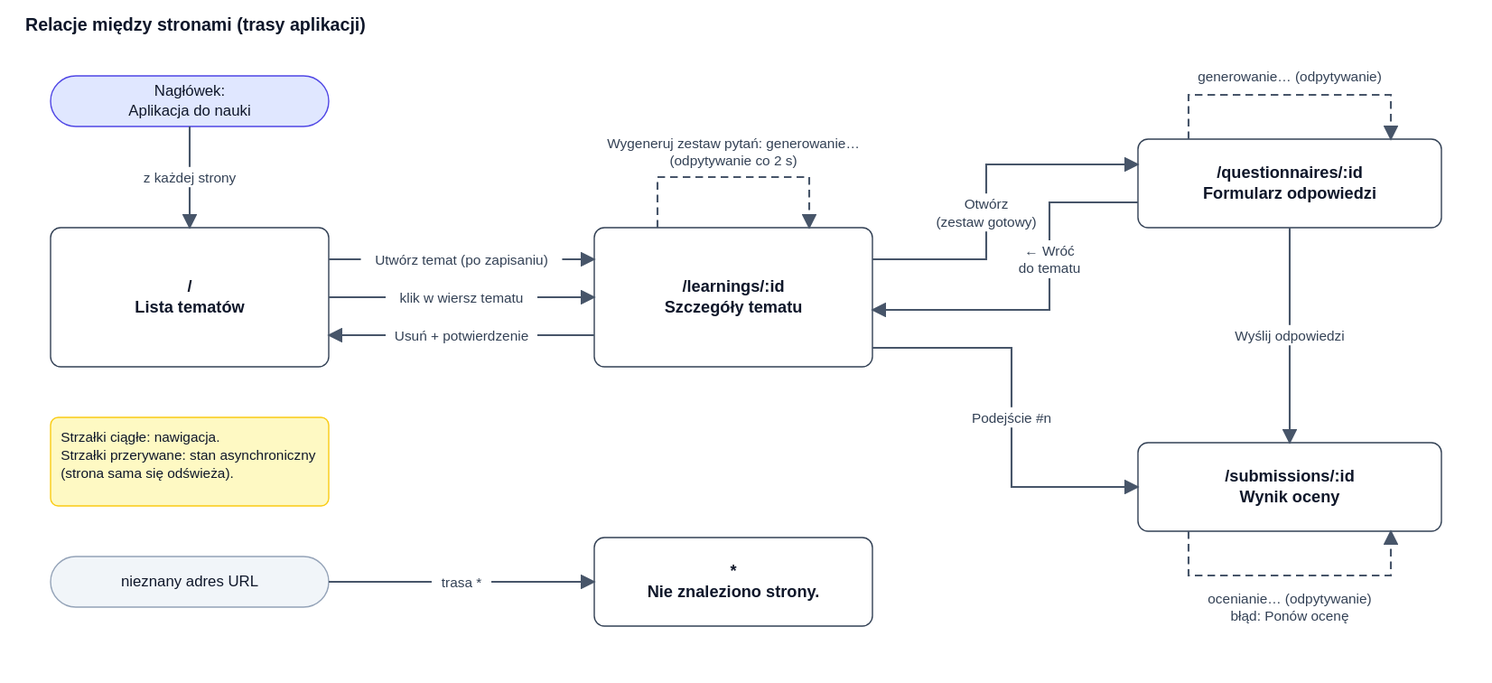
This is docs/diagrams/page-relations.drawio.svg from ppawlik/learning_app, a draw.io export, as it was before one commit. Source tidied: cells renumbered, new cells last; positions are measured from the earlier drawing's top-left corner, leaving out a move shared by most shapes. Source of this version:
```xml
<mxGraphModel background="#ffffff">
  <root>
    <mxCell id="0" />
    <mxCell id="1" parent="0" />
    <mxCell id="2" value="Relacje między stronami (trasy aplikacji)" style="whiteSpace=wrap;html=0;fillColor=none;strokeColor=none;fontSize=14;fontColor=#0f172a;align=left;verticalAlign=middle;spacingLeft=0;spacingRight=0;spacingTop=0;fontStyle=1;" parent="1" vertex="1">
      <mxGeometry width="700" height="24" as="geometry" />
    </mxCell>
    <mxCell id="3" value="Nagłówek:&#10;Aplikacja do nauki" style="whiteSpace=wrap;html=0;rounded=1;absoluteArcSize=1;arcSize=40;fillColor=#e0e7ff;strokeColor=#4f46e5;strokeWidth=1;fontSize=12;fontColor=#0f172a;align=center;verticalAlign=middle;spacingLeft=10;spacingRight=10;spacingTop=0;" parent="1" vertex="1">
      <mxGeometry x="20" y="52" width="220" height="40" as="geometry" />
    </mxCell>
    <mxCell id="4" value="/&#10;Lista tematów" style="whiteSpace=wrap;html=0;rounded=1;absoluteArcSize=1;arcSize=16;fillColor=#ffffff;strokeColor=#334155;strokeWidth=1;fontSize=13;fontColor=#0f172a;align=center;verticalAlign=middle;spacingLeft=10;spacingRight=10;spacingTop=0;fontStyle=1;" parent="1" vertex="1">
      <mxGeometry x="20" y="172" width="220" height="110" as="geometry" />
    </mxCell>
    <mxCell id="5" value="/learnings/:id&#10;Szczegóły tematu" style="whiteSpace=wrap;html=0;rounded=1;absoluteArcSize=1;arcSize=16;fillColor=#ffffff;strokeColor=#334155;strokeWidth=1;fontSize=13;fontColor=#0f172a;align=center;verticalAlign=middle;spacingLeft=10;spacingRight=10;spacingTop=0;fontStyle=1;" parent="1" vertex="1">
      <mxGeometry x="450" y="172" width="220" height="110" as="geometry" />
    </mxCell>
    <mxCell id="6" value="/questionnaires/:id&#10;Formularz odpowiedzi" style="whiteSpace=wrap;html=0;rounded=1;absoluteArcSize=1;arcSize=16;fillColor=#ffffff;strokeColor=#334155;strokeWidth=1;fontSize=13;fontColor=#0f172a;align=center;verticalAlign=middle;spacingLeft=10;spacingRight=10;spacingTop=0;fontStyle=1;" parent="1" vertex="1">
      <mxGeometry x="880" y="102" width="240" height="70" as="geometry" />
    </mxCell>
    <mxCell id="7" value="/submissions/:id&#10;Wynik oceny" style="whiteSpace=wrap;html=0;rounded=1;absoluteArcSize=1;arcSize=16;fillColor=#ffffff;strokeColor=#334155;strokeWidth=1;fontSize=13;fontColor=#0f172a;align=center;verticalAlign=middle;spacingLeft=10;spacingRight=10;spacingTop=0;fontStyle=1;" parent="1" vertex="1">
      <mxGeometry x="880" y="342" width="240" height="70" as="geometry" />
    </mxCell>
    <mxCell id="8" value="nieznany adres URL" style="whiteSpace=wrap;html=0;rounded=1;absoluteArcSize=1;arcSize=40;fillColor=#f1f5f9;strokeColor=#94a3b8;strokeWidth=1;fontSize=12;fontColor=#0f172a;align=center;verticalAlign=middle;spacingLeft=10;spacingRight=10;spacingTop=0;" parent="1" vertex="1">
      <mxGeometry x="20" y="432" width="220" height="40" as="geometry" />
    </mxCell>
    <mxCell id="9" value="*&#10;Nie znaleziono strony." style="whiteSpace=wrap;html=0;rounded=1;absoluteArcSize=1;arcSize=16;fillColor=#ffffff;strokeColor=#334155;strokeWidth=1;fontSize=13;fontColor=#0f172a;align=center;verticalAlign=middle;spacingLeft=10;spacingRight=10;spacingTop=0;fontStyle=1;" parent="1" vertex="1">
      <mxGeometry x="450" y="417" width="220" height="70" as="geometry" />
    </mxCell>
    <mxCell id="10" value="z każdej strony" style="edgeStyle=orthogonalEdgeStyle;rounded=0;html=0;endArrow=block;endFill=1;strokeColor=#475569;fontSize=11;fontColor=#334155;labelBackgroundColor=#ffffff;" parent="1" edge="1" source="3" target="4">
      <mxGeometry relative="1" as="geometry" />
    </mxCell>
    <mxCell id="11" value="Utwórz temat (po zapisaniu)" style="edgeStyle=orthogonalEdgeStyle;rounded=0;html=0;endArrow=block;endFill=1;strokeColor=#475569;fontSize=11;fontColor=#334155;labelBackgroundColor=#ffffff;" parent="1" edge="1" source="4" target="5">
      <mxGeometry relative="1" as="geometry" />
    </mxCell>
    <mxCell id="12" value="klik w wiersz tematu" style="edgeStyle=orthogonalEdgeStyle;rounded=0;html=0;endArrow=block;endFill=1;strokeColor=#475569;fontSize=11;fontColor=#334155;labelBackgroundColor=#ffffff;" parent="1" edge="1" source="4" target="5">
      <mxGeometry relative="1" as="geometry" />
    </mxCell>
    <mxCell id="13" value="Usuń + potwierdzenie" style="edgeStyle=orthogonalEdgeStyle;rounded=0;html=0;endArrow=block;endFill=1;strokeColor=#475569;fontSize=11;fontColor=#334155;labelBackgroundColor=#ffffff;" parent="1" edge="1" source="5" target="4">
      <mxGeometry relative="1" as="geometry" />
    </mxCell>
    <mxCell id="14" value="Otwórz&#10;(zestaw gotowy)" style="edgeStyle=orthogonalEdgeStyle;rounded=0;html=0;endArrow=block;endFill=1;strokeColor=#475569;fontSize=11;fontColor=#334155;labelBackgroundColor=#ffffff;" parent="1" edge="1" source="5" target="6">
      <mxGeometry relative="1" as="geometry">
        <Array as="points">
          <mxPoint x="760" y="197" />
          <mxPoint x="760" y="122" />
        </Array>
      </mxGeometry>
    </mxCell>
    <mxCell id="15" value="← Wróć&#10;do tematu" style="edgeStyle=orthogonalEdgeStyle;rounded=0;html=0;endArrow=block;endFill=1;strokeColor=#475569;fontSize=11;fontColor=#334155;labelBackgroundColor=#ffffff;" parent="1" edge="1" source="6" target="5">
      <mxGeometry relative="1" as="geometry">
        <Array as="points">
          <mxPoint x="810" y="152" />
          <mxPoint x="810" y="237" />
        </Array>
      </mxGeometry>
    </mxCell>
    <mxCell id="16" value="Podejście #n" style="edgeStyle=orthogonalEdgeStyle;rounded=0;html=0;endArrow=block;endFill=1;strokeColor=#475569;fontSize=11;fontColor=#334155;labelBackgroundColor=#ffffff;" parent="1" edge="1" source="5" target="7">
      <mxGeometry relative="1" as="geometry">
        <Array as="points">
          <mxPoint x="780" y="267" />
          <mxPoint x="780" y="377" />
        </Array>
      </mxGeometry>
    </mxCell>
    <mxCell id="17" value="Wyślij odpowiedzi" style="edgeStyle=orthogonalEdgeStyle;rounded=0;html=0;endArrow=block;endFill=1;strokeColor=#475569;fontSize=11;fontColor=#334155;labelBackgroundColor=#ffffff;" parent="1" edge="1" source="6" target="7">
      <mxGeometry relative="1" as="geometry" />
    </mxCell>
    <mxCell id="18" value="trasa *" style="edgeStyle=orthogonalEdgeStyle;rounded=0;html=0;endArrow=block;endFill=1;strokeColor=#475569;fontSize=11;fontColor=#334155;labelBackgroundColor=#ffffff;" parent="1" edge="1" source="8" target="9">
      <mxGeometry relative="1" as="geometry" />
    </mxCell>
    <mxCell id="19" value="Wygeneruj zestaw pytań: generowanie…&#10;(odpytywanie co 2 s)" style="edgeStyle=orthogonalEdgeStyle;rounded=0;html=0;endArrow=block;endFill=1;strokeColor=#475569;fontSize=11;fontColor=#334155;labelBackgroundColor=#ffffff;dashed=1;" parent="1" edge="1" source="5" target="5">
      <mxGeometry relative="1" as="geometry">
        <Array as="points">
          <mxPoint x="500" y="132" />
          <mxPoint x="620" y="132" />
        </Array>
      </mxGeometry>
    </mxCell>
    <mxCell id="20" value="generowanie… (odpytywanie)" style="edgeStyle=orthogonalEdgeStyle;rounded=0;html=0;endArrow=block;endFill=1;strokeColor=#475569;fontSize=11;fontColor=#334155;labelBackgroundColor=#ffffff;dashed=1;" parent="1" edge="1" source="6" target="6">
      <mxGeometry relative="1" as="geometry">
        <Array as="points">
          <mxPoint x="920" y="67" />
          <mxPoint x="1080" y="67" />
        </Array>
      </mxGeometry>
    </mxCell>
    <mxCell id="21" value="ocenianie… (odpytywanie)&#10;błąd: Ponów ocenę" style="edgeStyle=orthogonalEdgeStyle;rounded=0;html=0;endArrow=block;endFill=1;strokeColor=#475569;fontSize=11;fontColor=#334155;labelBackgroundColor=#ffffff;dashed=1;" parent="1" edge="1" source="7" target="7">
      <mxGeometry relative="1" as="geometry">
        <Array as="points">
          <mxPoint x="920" y="447" />
          <mxPoint x="1080" y="447" />
        </Array>
      </mxGeometry>
    </mxCell>
    <mxCell id="22" value="Strzałki ciągłe: nawigacja.&#10;Strzałki przerywane: stan asynchroniczny&#10;(strona sama się odświeża)." style="whiteSpace=wrap;html=0;rounded=1;absoluteArcSize=1;arcSize=12;fillColor=#fef9c3;strokeColor=#facc15;strokeWidth=1;fontSize=11;fontColor=#0f172a;align=left;verticalAlign=top;spacingLeft=8;spacingRight=8;spacingTop=8;" parent="1" vertex="1">
      <mxGeometry x="20" y="322" width="220" height="70" as="geometry" />
    </mxCell>
  </root>
</mxGraphModel>
```
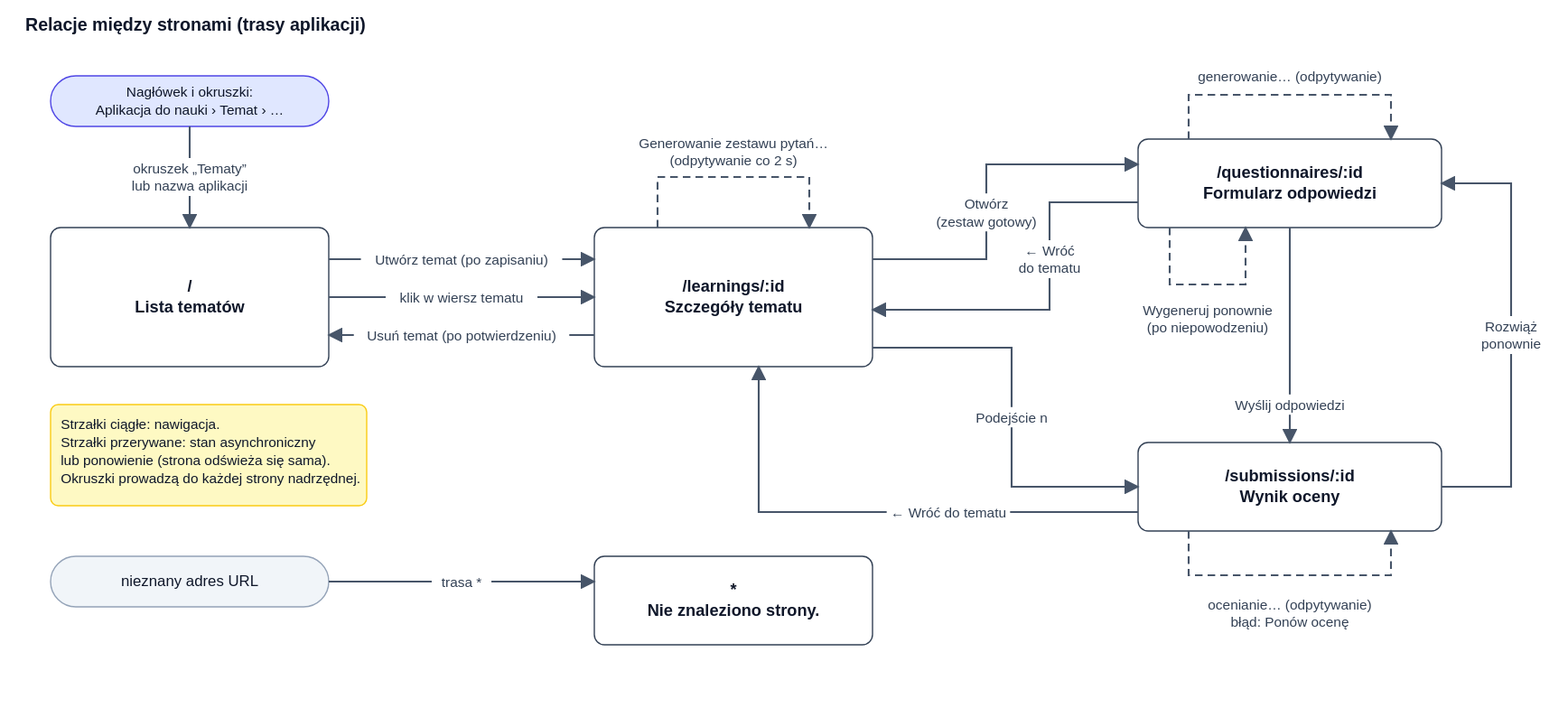
The same file after the commit.

Change to the diagram source:
```diff
@@ -5,7 +5,7 @@
     <mxCell id="2" value="Relacje między stronami (trasy aplikacji)" style="whiteSpace=wrap;html=0;fillColor=none;strokeColor=none;fontSize=14;fontColor=#0f172a;align=left;verticalAlign=middle;spacingLeft=0;spacingRight=0;spacingTop=0;fontStyle=1;" parent="1" vertex="1">
       <mxGeometry width="700" height="24" as="geometry" />
     </mxCell>
-    <mxCell id="3" value="Nagłówek:&#10;Aplikacja do nauki" style="whiteSpace=wrap;html=0;rounded=1;absoluteArcSize=1;arcSize=40;fillColor=#e0e7ff;strokeColor=#4f46e5;strokeWidth=1;fontSize=12;fontColor=#0f172a;align=center;verticalAlign=middle;spacingLeft=10;spacingRight=10;spacingTop=0;" parent="1" vertex="1">
+    <mxCell id="3" value="Nagłówek i okruszki:&#10;Aplikacja do nauki › Temat › …" style="whiteSpace=wrap;html=0;rounded=1;absoluteArcSize=1;arcSize=40;fillColor=#e0e7ff;strokeColor=#4f46e5;strokeWidth=1;fontSize=11;fontColor=#0f172a;align=center;verticalAlign=middle;spacingLeft=10;spacingRight=10;spacingTop=0;" parent="1" vertex="1">
       <mxGeometry x="20" y="52" width="220" height="40" as="geometry" />
     </mxCell>
     <mxCell id="4" value="/&#10;Lista tematów" style="whiteSpace=wrap;html=0;rounded=1;absoluteArcSize=1;arcSize=16;fillColor=#ffffff;strokeColor=#334155;strokeWidth=1;fontSize=13;fontColor=#0f172a;align=center;verticalAlign=middle;spacingLeft=10;spacingRight=10;spacingTop=0;fontStyle=1;" parent="1" vertex="1">
@@ -24,9 +24,9 @@
       <mxGeometry x="20" y="432" width="220" height="40" as="geometry" />
     </mxCell>
     <mxCell id="9" value="*&#10;Nie znaleziono strony." style="whiteSpace=wrap;html=0;rounded=1;absoluteArcSize=1;arcSize=16;fillColor=#ffffff;strokeColor=#334155;strokeWidth=1;fontSize=13;fontColor=#0f172a;align=center;verticalAlign=middle;spacingLeft=10;spacingRight=10;spacingTop=0;fontStyle=1;" parent="1" vertex="1">
-      <mxGeometry x="450" y="417" width="220" height="70" as="geometry" />
+      <mxGeometry x="450" y="432" width="220" height="70" as="geometry" />
     </mxCell>
-    <mxCell id="10" value="z każdej strony" style="edgeStyle=orthogonalEdgeStyle;rounded=0;html=0;endArrow=block;endFill=1;strokeColor=#475569;fontSize=11;fontColor=#334155;labelBackgroundColor=#ffffff;" parent="1" edge="1" source="3" target="4">
+    <mxCell id="10" value="okruszek „Tematy”&#10;lub nazwa aplikacji" style="edgeStyle=orthogonalEdgeStyle;rounded=0;html=0;endArrow=block;endFill=1;strokeColor=#475569;fontSize=11;fontColor=#334155;labelBackgroundColor=#ffffff;" parent="1" edge="1" source="3" target="4">
       <mxGeometry relative="1" as="geometry" />
     </mxCell>
     <mxCell id="11" value="Utwórz temat (po zapisaniu)" style="edgeStyle=orthogonalEdgeStyle;rounded=0;html=0;endArrow=block;endFill=1;strokeColor=#475569;fontSize=11;fontColor=#334155;labelBackgroundColor=#ffffff;" parent="1" edge="1" source="4" target="5">
@@ -35,7 +35,7 @@
     <mxCell id="12" value="klik w wiersz tematu" style="edgeStyle=orthogonalEdgeStyle;rounded=0;html=0;endArrow=block;endFill=1;strokeColor=#475569;fontSize=11;fontColor=#334155;labelBackgroundColor=#ffffff;" parent="1" edge="1" source="4" target="5">
       <mxGeometry relative="1" as="geometry" />
     </mxCell>
-    <mxCell id="13" value="Usuń + potwierdzenie" style="edgeStyle=orthogonalEdgeStyle;rounded=0;html=0;endArrow=block;endFill=1;strokeColor=#475569;fontSize=11;fontColor=#334155;labelBackgroundColor=#ffffff;" parent="1" edge="1" source="5" target="4">
+    <mxCell id="13" value="Usuń temat (po potwierdzeniu)" style="edgeStyle=orthogonalEdgeStyle;rounded=0;html=0;endArrow=block;endFill=1;strokeColor=#475569;fontSize=11;fontColor=#334155;labelBackgroundColor=#ffffff;" parent="1" edge="1" source="5" target="4">
       <mxGeometry relative="1" as="geometry" />
     </mxCell>
     <mxCell id="14" value="Otwórz&#10;(zestaw gotowy)" style="edgeStyle=orthogonalEdgeStyle;rounded=0;html=0;endArrow=block;endFill=1;strokeColor=#475569;fontSize=11;fontColor=#334155;labelBackgroundColor=#ffffff;" parent="1" edge="1" source="5" target="6">
@@ -54,7 +54,7 @@
         </Array>
       </mxGeometry>
     </mxCell>
-    <mxCell id="16" value="Podejście #n" style="edgeStyle=orthogonalEdgeStyle;rounded=0;html=0;endArrow=block;endFill=1;strokeColor=#475569;fontSize=11;fontColor=#334155;labelBackgroundColor=#ffffff;" parent="1" edge="1" source="5" target="7">
+    <mxCell id="16" value="Podejście n" style="edgeStyle=orthogonalEdgeStyle;rounded=0;html=0;endArrow=block;endFill=1;strokeColor=#475569;fontSize=11;fontColor=#334155;labelBackgroundColor=#ffffff;" parent="1" edge="1" source="5" target="7">
       <mxGeometry relative="1" as="geometry">
         <Array as="points">
           <mxPoint x="780" y="267" />
@@ -62,38 +62,61 @@
         </Array>
       </mxGeometry>
     </mxCell>
-    <mxCell id="17" value="Wyślij odpowiedzi" style="edgeStyle=orthogonalEdgeStyle;rounded=0;html=0;endArrow=block;endFill=1;strokeColor=#475569;fontSize=11;fontColor=#334155;labelBackgroundColor=#ffffff;" parent="1" edge="1" source="6" target="7">
-      <mxGeometry relative="1" as="geometry" />
+    <mxCell id="17" value="← Wróć do tematu" style="edgeStyle=orthogonalEdgeStyle;rounded=0;html=0;endArrow=block;endFill=1;strokeColor=#475569;fontSize=11;fontColor=#334155;labelBackgroundColor=#ffffff;" parent="1" edge="1" source="7" target="5">
+      <mxGeometry relative="1" as="geometry">
+        <Array as="points">
+          <mxPoint x="580" y="397" />
+        </Array>
+      </mxGeometry>
     </mxCell>
-    <mxCell id="18" value="trasa *" style="edgeStyle=orthogonalEdgeStyle;rounded=0;html=0;endArrow=block;endFill=1;strokeColor=#475569;fontSize=11;fontColor=#334155;labelBackgroundColor=#ffffff;" parent="1" edge="1" source="8" target="9">
+    <mxCell id="18" value="Wyślij odpowiedzi" style="edgeStyle=orthogonalEdgeStyle;rounded=0;html=0;endArrow=block;endFill=1;strokeColor=#475569;fontSize=11;fontColor=#334155;labelBackgroundColor=#ffffff;" parent="1" edge="1" source="6" target="7">
       <mxGeometry relative="1" as="geometry" />
     </mxCell>
-    <mxCell id="19" value="Wygeneruj zestaw pytań: generowanie…&#10;(odpytywanie co 2 s)" style="edgeStyle=orthogonalEdgeStyle;rounded=0;html=0;endArrow=block;endFill=1;strokeColor=#475569;fontSize=11;fontColor=#334155;labelBackgroundColor=#ffffff;dashed=1;" parent="1" edge="1" source="5" target="5">
+    <mxCell id="19" value="Rozwiąż&#10;ponownie" style="edgeStyle=orthogonalEdgeStyle;rounded=0;html=0;endArrow=block;endFill=1;strokeColor=#475569;fontSize=11;fontColor=#334155;labelBackgroundColor=#ffffff;" parent="1" edge="1" source="7" target="6">
       <mxGeometry relative="1" as="geometry">
         <Array as="points">
-          <mxPoint x="500" y="132" />
-          <mxPoint x="620" y="132" />
+          <mxPoint x="1175" y="377" />
+          <mxPoint x="1175" y="137" />
         </Array>
       </mxGeometry>
     </mxCell>
-    <mxCell id="20" value="generowanie… (odpytywanie)" style="edgeStyle=orthogonalEdgeStyle;rounded=0;html=0;endArrow=block;endFill=1;strokeColor=#475569;fontSize=11;fontColor=#334155;labelBackgroundColor=#ffffff;dashed=1;" parent="1" edge="1" source="6" target="6">
-      <mxGeometry relative="1" as="geometry">
-        <Array as="points">
-          <mxPoint x="920" y="67" />
-          <mxPoint x="1080" y="67" />
-        </Array>
-      </mxGeometry>
+    <mxCell id="20" value="trasa *" style="edgeStyle=orthogonalEdgeStyle;rounded=0;html=0;endArrow=block;endFill=1;strokeColor=#475569;fontSize=11;fontColor=#334155;labelBackgroundColor=#ffffff;" parent="1" edge="1" source="8" target="9">
+      <mxGeometry relative="1" as="geometry" />
     </mxCell>
-    <mxCell id="21" value="ocenianie… (odpytywanie)&#10;błąd: Ponów ocenę" style="edgeStyle=orthogonalEdgeStyle;rounded=0;html=0;endArrow=block;endFill=1;strokeColor=#475569;fontSize=11;fontColor=#334155;labelBackgroundColor=#ffffff;dashed=1;" parent="1" edge="1" source="7" target="7">
+    <mxCell id="21" value="Generowanie zestawu pytań…&#10;(odpytywanie co 2 s)" style="edgeStyle=orthogonalEdgeStyle;rounded=0;html=0;endArrow=block;endFill=1;strokeColor=#475569;fontSize=11;fontColor=#334155;labelBackgroundColor=#ffffff;dashed=1;" parent="1" edge="1" source="5" target="5">
       <mxGeometry relative="1" as="geometry">
         <Array as="points">
-          <mxPoint x="920" y="447" />
-          <mxPoint x="1080" y="447" />
+          <mxPoint x="500" y="132" />
+          <mxPoint x="620" y="132" />
         </Array>
       </mxGeometry>
     </mxCell>
-    <mxCell id="22" value="Strzałki ciągłe: nawigacja.&#10;Strzałki przerywane: stan asynchroniczny&#10;(strona sama się odświeża)." style="whiteSpace=wrap;html=0;rounded=1;absoluteArcSize=1;arcSize=12;fillColor=#fef9c3;strokeColor=#facc15;strokeWidth=1;fontSize=11;fontColor=#0f172a;align=left;verticalAlign=top;spacingLeft=8;spacingRight=8;spacingTop=8;" parent="1" vertex="1">
-      <mxGeometry x="20" y="322" width="220" height="70" as="geometry" />
+    <mxCell id="22" value="generowanie… (odpytywanie)" style="edgeStyle=orthogonalEdgeStyle;rounded=0;html=0;endArrow=block;endFill=1;strokeColor=#475569;fontSize=11;fontColor=#334155;labelBackgroundColor=#ffffff;dashed=1;" parent="1" edge="1" source="6" target="6">
+      <mxGeometry relative="1" as="geometry">
+        <Array as="points">
+          <mxPoint x="920" y="67" />
+          <mxPoint x="1080" y="67" />
+        </Array>
+      </mxGeometry>
     </mxCell>
+    <mxCell id="23" value="Wygeneruj ponownie&#10;(po niepowodzeniu)" style="edgeStyle=orthogonalEdgeStyle;rounded=0;html=0;endArrow=block;endFill=1;strokeColor=#475569;fontSize=11;fontColor=#334155;labelBackgroundColor=#ffffff;dashed=1;" parent="1" edge="1" source="6" target="6">
+      <mxGeometry relative="1" as="geometry">
+        <Array as="points">
+          <mxPoint x="905" y="217" />
+          <mxPoint x="965" y="217" />
+        </Array>
+      </mxGeometry>
+    </mxCell>
+    <mxCell id="24" value="ocenianie… (odpytywanie)&#10;błąd: Ponów ocenę" style="edgeStyle=orthogonalEdgeStyle;rounded=0;html=0;endArrow=block;endFill=1;strokeColor=#475569;fontSize=11;fontColor=#334155;labelBackgroundColor=#ffffff;dashed=1;" parent="1" edge="1" source="7" target="7">
+      <mxGeometry relative="1" as="geometry">
+        <Array as="points">
+          <mxPoint x="920" y="447" />
+          <mxPoint x="1080" y="447" />
+        </Array>
+      </mxGeometry>
+    </mxCell>
+    <mxCell id="25" value="Strzałki ciągłe: nawigacja.&#10;Strzałki przerywane: stan asynchroniczny&#10;lub ponowienie (strona odświeża się sama).&#10;Okruszki prowadzą do każdej strony nadrzędnej." style="whiteSpace=wrap;html=0;rounded=1;absoluteArcSize=1;arcSize=12;fillColor=#fef9c3;strokeColor=#facc15;strokeWidth=1;fontSize=11;fontColor=#0f172a;align=left;verticalAlign=top;spacingLeft=8;spacingRight=8;spacingTop=8;" parent="1" vertex="1">
+      <mxGeometry x="20" y="312" width="250" height="80" as="geometry" />
+    </mxCell>
   </root>
 </mxGraphModel>
```
